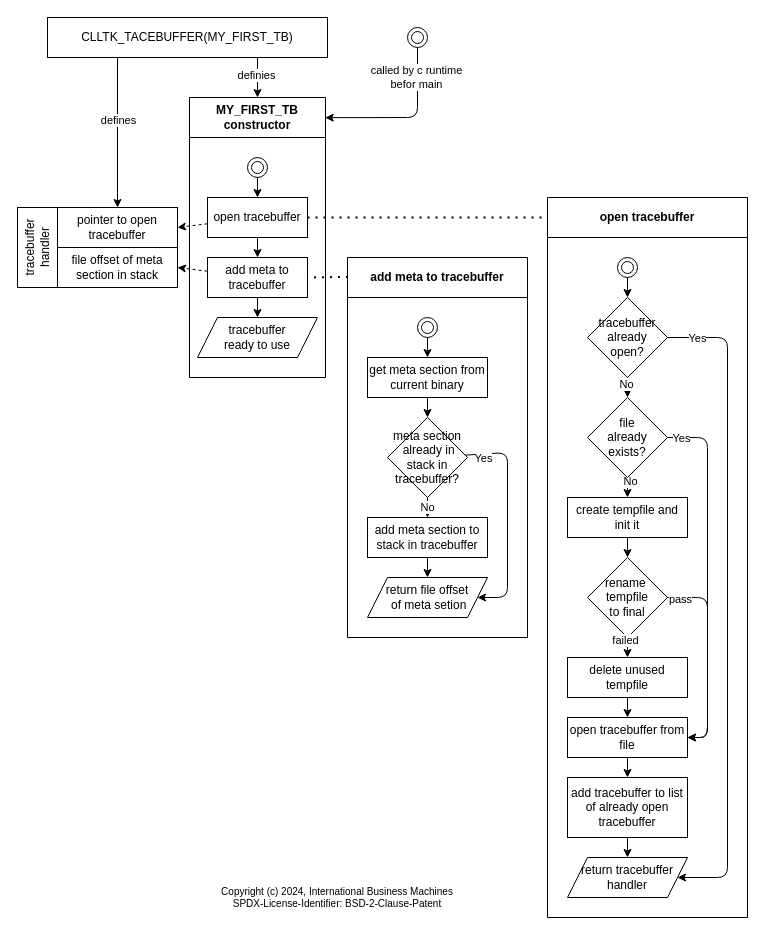
Above: docs/diagrams/clltk_flow_tracebuffer.drawio in IBM/CommonLowLevelTracingKit (draw.io), before the change. Source tidied: cells renumbered, new cells numbered last; positions are measured from the earlier drawing's top-left corner, leaving out a move shared by most shapes. Both pictures are drawn from the tidied source at 100%, with x=0, y=0 at pixel (-3, 17).
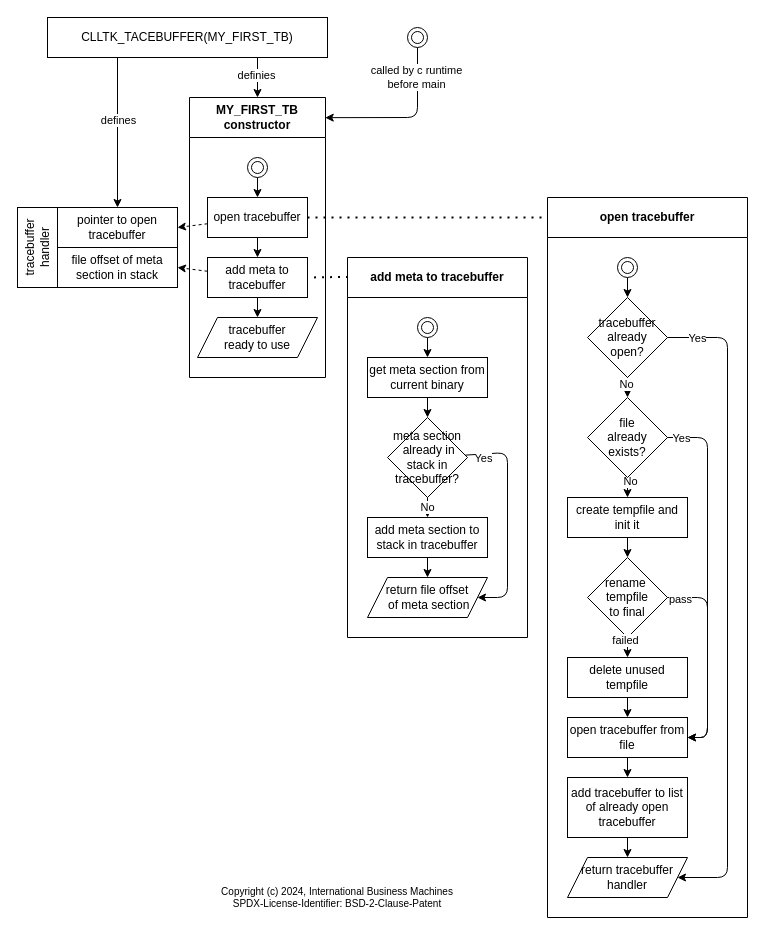
The same page after the edit.

Unchanged cells that the change refers to:
```xml
<mxCell id="35" value="add meta to tracebuffer" style="swimlane;whiteSpace=wrap;html=1;fillColor=none;startSize=40;" parent="1" vertex="1">
  <mxGeometry x="350" y="240" width="180" height="380" as="geometry" />
</mxCell>
<mxCell id="61" style="edgeStyle=none;html=1;entryX=0.998;entryY=0.072;entryDx=0;entryDy=0;entryPerimeter=0;" parent="1" edge="1" source="63" target="49">
  <mxGeometry relative="1" as="geometry">
    <Array as="points">
      <mxPoint x="420" y="100" />
    </Array>
  </mxGeometry>
</mxCell>
```

Change to the diagram source:
```diff
@@
-    <mxCell id="44" value="return file offset&lt;br&gt;&amp;nbsp;of meta setion" style="shape=parallelogram;perimeter=parallelogramPerimeter;whiteSpace=wrap;html=1;fixedSize=1;fillColor=none;" parent="35" vertex="1">
+    <mxCell id="44" value="return file offset&lt;br&gt;&amp;nbsp;of meta section" style="shape=parallelogram;perimeter=parallelogramPerimeter;whiteSpace=wrap;html=1;fixedSize=1;fillColor=none;" parent="35" vertex="1">
       <mxGeometry x="20" y="320" width="120" height="40" as="geometry" />
     </mxCell>
@@
-    <mxCell id="62" value="called by c runtime&lt;br&gt;befor main" style="edgeLabel;html=1;align=center;verticalAlign=middle;" parent="61" vertex="1">
+    <mxCell id="62" value="called by c runtime&lt;br&gt;before main" style="edgeLabel;html=1;align=center;verticalAlign=middle;" parent="61" vertex="1">
       <mxGeometry x="-0.64" y="-2" relative="1" as="geometry" />
     </mxCell>
```
